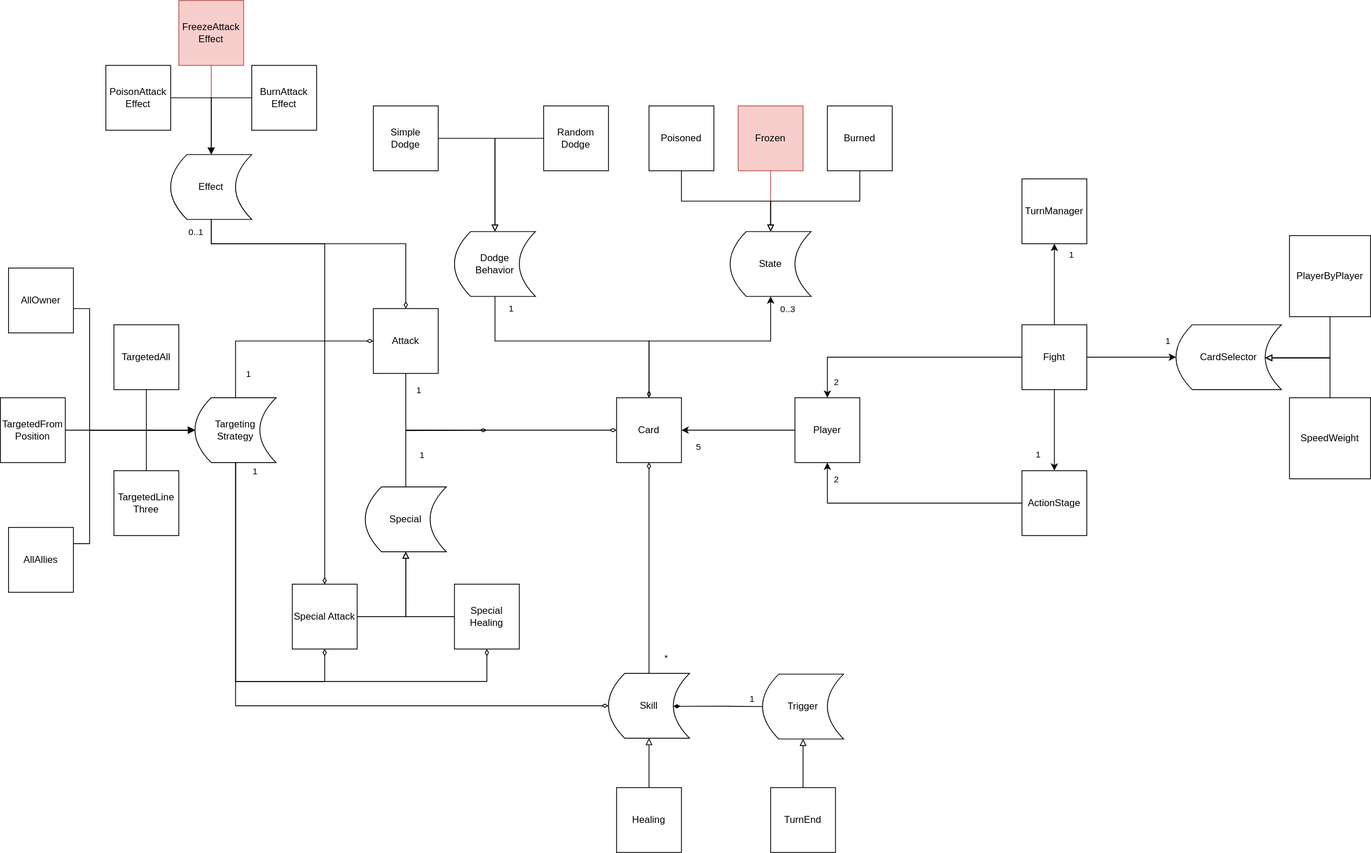
Before: doc/archi.drawio.svg, a diagram exported from draw.io (cegerard/card-game). Source tidied: cells renumbered, new cells last; positions are measured from the earlier drawing's top-left corner, leaving out a move shared by most shapes.
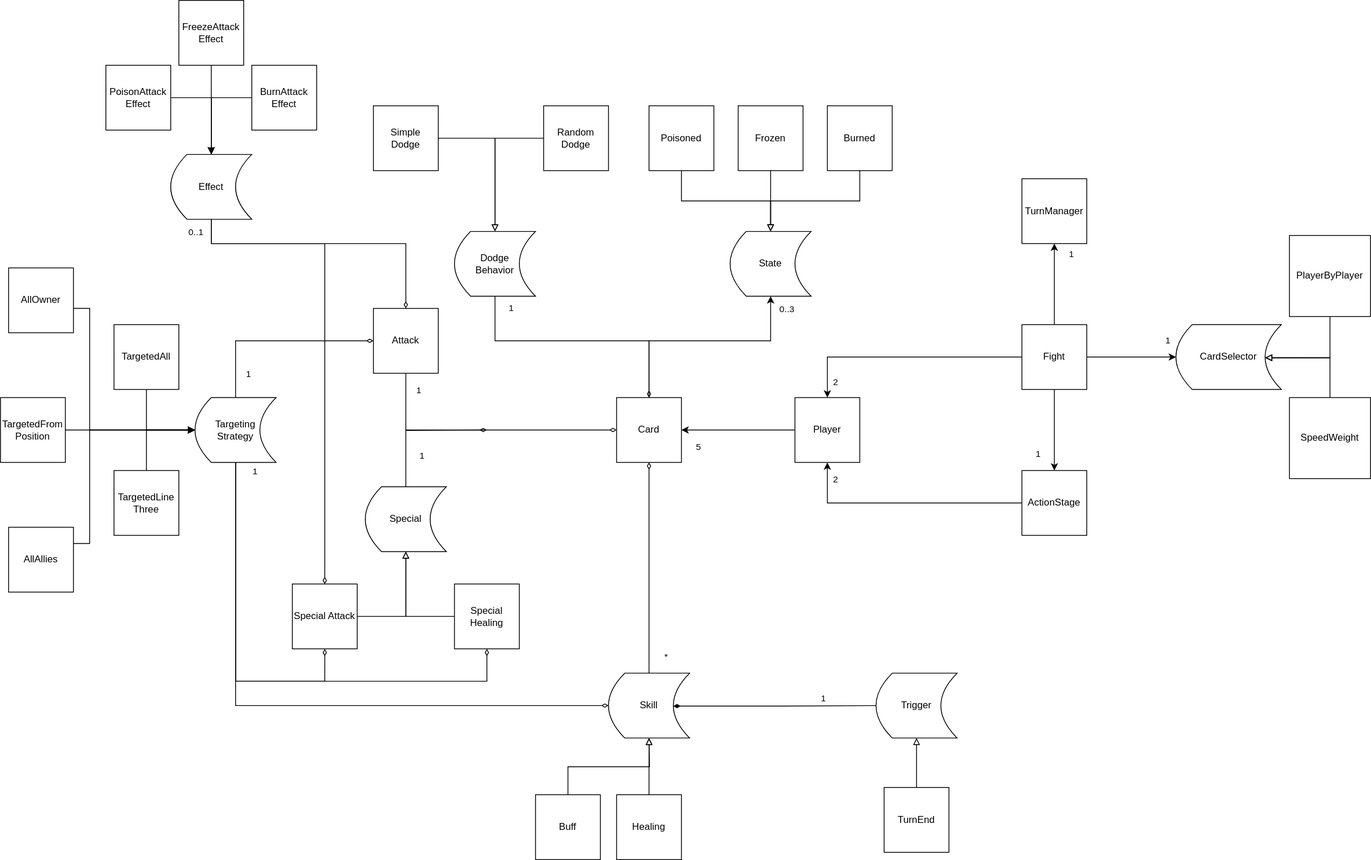
After the commit.

Diff of the diagram source:
```diff
@@ -253,10 +253,10 @@
       <mxGeometry relative="1" as="geometry" />
     </mxCell>
     <mxCell id="62" value="Trigger" style="shape=dataStorage;whiteSpace=wrap;html=1;fixedSize=1;labelBackgroundColor=none;labelBorderColor=none;fontColor=default;" parent="1" vertex="1">
-      <mxGeometry x="940" y="831" width="100" height="80" as="geometry" />
+      <mxGeometry x="1080" y="830" width="100" height="80" as="geometry" />
     </mxCell>
     <mxCell id="63" value="TurnEnd" style="whiteSpace=wrap;html=1;labelBackgroundColor=none;labelBorderColor=none;fontColor=default;" parent="1" vertex="1">
-      <mxGeometry x="950" y="971" width="80" height="80" as="geometry" />
+      <mxGeometry x="1090" y="971" width="80" height="80" as="geometry" />
     </mxCell>
     <mxCell id="64" value="Skill" style="shape=dataStorage;whiteSpace=wrap;html=1;fixedSize=1;labelBackgroundColor=none;labelBorderColor=none;fontColor=default;" parent="1" vertex="1">
       <mxGeometry x="750" y="830" width="100" height="80" as="geometry" />
@@ -265,7 +265,7 @@
       <mxGeometry relative="1" as="geometry" />
     </mxCell>
     <mxCell id="66" value="Healing" style="whiteSpace=wrap;html=1;labelBackgroundColor=none;labelBorderColor=none;fontColor=default;" parent="1" vertex="1">
-      <mxGeometry x="760" y="971" width="80" height="80" as="geometry" />
+      <mxGeometry x="760" y="980" width="80" height="80" as="geometry" />
     </mxCell>
     <mxCell id="67" value="TurnManager" style="whiteSpace=wrap;html=1;" parent="1" vertex="1">
       <mxGeometry x="1260" y="220" width="80" height="80" as="geometry" />
@@ -276,10 +276,10 @@
     <mxCell id="69" value="Poisoned" style="whiteSpace=wrap;html=1;labelBackgroundColor=none;labelBorderColor=none;" parent="1" vertex="1">
       <mxGeometry x="800" y="130" width="80" height="80" as="geometry" />
     </mxCell>
-    <mxCell id="70" style="edgeStyle=orthogonalEdgeStyle;html=1;exitX=0.5;exitY=1;exitDx=0;exitDy=0;entryX=0.5;entryY=0;entryDx=0;entryDy=0;rounded=0;curved=0;endArrow=block;endFill=0;fillColor=#f8cecc;strokeColor=#b85450;" parent="1" edge="1" source="71" target="68">
+    <mxCell id="70" style="edgeStyle=orthogonalEdgeStyle;html=1;exitX=0.5;exitY=1;exitDx=0;exitDy=0;entryX=0.5;entryY=0;entryDx=0;entryDy=0;rounded=0;curved=0;endArrow=block;endFill=0;" parent="1" edge="1" source="71" target="68">
       <mxGeometry relative="1" as="geometry" />
     </mxCell>
-    <mxCell id="71" value="Frozen" style="whiteSpace=wrap;html=1;labelBackgroundColor=none;labelBorderColor=none;fillColor=#f8cecc;strokeColor=#b85450;" parent="1" vertex="1">
+    <mxCell id="71" value="Frozen" style="whiteSpace=wrap;html=1;labelBackgroundColor=none;labelBorderColor=none;" parent="1" vertex="1">
       <mxGeometry x="910" y="130" width="80" height="80" as="geometry" />
     </mxCell>
     <mxCell id="72" value="Burned" style="whiteSpace=wrap;html=1;labelBackgroundColor=none;labelBorderColor=none;" parent="1" vertex="1">
@@ -313,10 +313,10 @@
     <mxCell id="79" style="edgeStyle=orthogonalEdgeStyle;html=1;exitX=0.5;exitY=1;exitDx=0;exitDy=0;entryX=0.5;entryY=0;entryDx=0;entryDy=0;rounded=0;curved=0;endArrow=block;endFill=0;" parent="1" edge="1" source="72" target="68">
       <mxGeometry relative="1" as="geometry" />
     </mxCell>
-    <mxCell id="80" style="edgeStyle=orthogonalEdgeStyle;html=1;entryX=0.5;entryY=0;entryDx=0;entryDy=0;fillColor=#f8cecc;strokeColor=#b85450;" parent="1" edge="1" source="81" target="76">
+    <mxCell id="80" style="edgeStyle=orthogonalEdgeStyle;html=1;entryX=0.5;entryY=0;entryDx=0;entryDy=0;" parent="1" edge="1" source="81" target="76">
       <mxGeometry relative="1" as="geometry" />
     </mxCell>
-    <mxCell id="81" value="FreezeAttack&lt;div&gt;Effect&lt;/div&gt;" style="whiteSpace=wrap;html=1;labelBackgroundColor=none;labelBorderColor=none;fillColor=#f8cecc;strokeColor=#b85450;" parent="1" vertex="1">
+    <mxCell id="81" value="FreezeAttack&lt;div&gt;Effect&lt;/div&gt;" style="whiteSpace=wrap;html=1;labelBackgroundColor=none;labelBorderColor=none;" parent="1" vertex="1">
       <mxGeometry x="220" width="80" height="80" as="geometry" />
     </mxCell>
     <mxCell id="82" style="edgeStyle=orthogonalEdgeStyle;html=1;entryX=0.5;entryY=0;entryDx=0;entryDy=0;rounded=0;curved=0;" parent="1" edge="1" source="83" target="76">
@@ -330,5 +330,13 @@
     <mxCell id="83" value="BurnAttack&lt;div&gt;Effect&lt;/div&gt;" style="whiteSpace=wrap;html=1;labelBackgroundColor=none;labelBorderColor=none;" parent="1" vertex="1">
       <mxGeometry x="310" y="80" width="80" height="80" as="geometry" />
     </mxCell>
+    <mxCell id="84" value="Buff" style="whiteSpace=wrap;html=1;labelBackgroundColor=none;labelBorderColor=none;fontColor=default;" parent="1" vertex="1">
+      <mxGeometry x="660" y="980" width="80" height="80" as="geometry" />
+    </mxCell>
+    <mxCell id="85" style="edgeStyle=orthogonalEdgeStyle;html=1;endArrow=block;endFill=0;exitX=0.5;exitY=0;exitDx=0;exitDy=0;rounded=0;curved=0;" parent="1" edge="1" source="84">
+      <mxGeometry relative="1" as="geometry">
+        <mxPoint x="800" y="910" as="targetPoint" />
+      </mxGeometry>
+    </mxCell>
   </root>
 </mxGraphModel>
```
